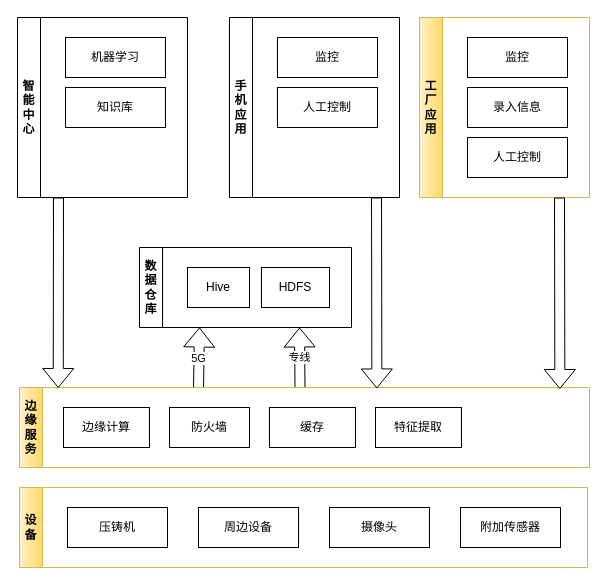
Before: cast.drawio in yinrong/store-draw, a draw.io diagram. Source tidied: cells renumbered, new cells numbered last; positions are measured from the earlier drawing's top-left corner, leaving out a move shared by most shapes. Both pictures are drawn from the tidied source at 100%, with x=0, y=0 at pixel (17, 17).
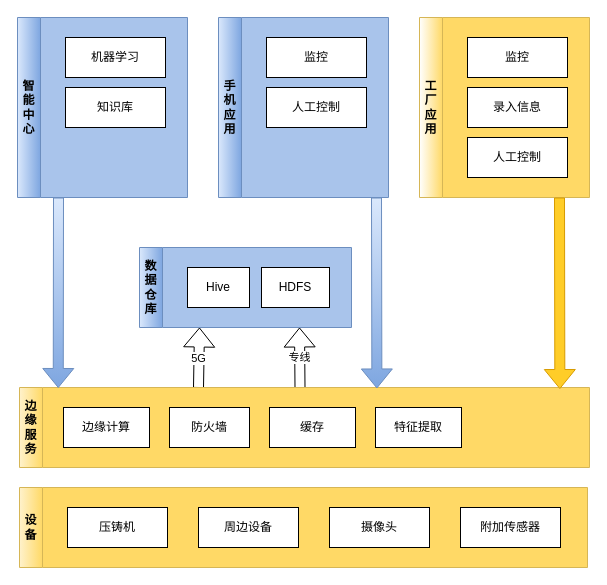
The same diagram, later.

Diff of the diagram source:
```diff
@@
-    <mxCell id="2" value="设备" style="swimlane;html=0;direction=north;whiteSpace=wrap;swimlaneFillColor=default;fillColor=#fff2cc;strokeColor=#d6b656;gradientColor=#ffd966;" parent="1" vertex="1">
+    <mxCell id="2" value="设备" style="swimlane;html=0;direction=north;whiteSpace=wrap;swimlaneFillColor=#FFD966;fillColor=#fff2cc;strokeColor=#d6b656;gradientColor=#ffd966;" parent="1" vertex="1">
       <mxGeometry x="2" y="470" width="568" height="80" as="geometry" />
     </mxCell>
@@
-    <mxCell id="7" value="数据仓库" style="swimlane;html=0;direction=north;whiteSpace=wrap;" parent="1" vertex="1">
+    <mxCell id="7" value="数据仓库" style="swimlane;html=0;direction=north;whiteSpace=wrap;fillColor=#dae8fc;gradientColor=#7ea6e0;strokeColor=#6c8ebf;swimlaneFillColor=#A9C4EB;" parent="1" vertex="1">
       <mxGeometry x="122" y="230" width="212" height="80" as="geometry" />
     </mxCell>
@@
-    <mxCell id="10" value="工厂应用" style="swimlane;html=0;direction=north;whiteSpace=wrap;swimlaneFillColor=default;fillColor=#fff2cc;strokeColor=#d6b656;gradientColor=#ffd966;" parent="1" vertex="1">
+    <mxCell id="10" value="工厂应用" style="swimlane;html=0;direction=north;whiteSpace=wrap;swimlaneFillColor=#FFD966;fillColor=default;strokeColor=#d6b656;gradientColor=#ffd966;" parent="1" vertex="1">
       <mxGeometry x="402" width="170" height="180" as="geometry" />
     </mxCell>
@@
-    <mxCell id="14" value="手机应用" style="swimlane;html=0;direction=north;whiteSpace=wrap;" parent="1" vertex="1">
-      <mxGeometry x="212" width="170" height="180" as="geometry" />
+    <mxCell id="14" value="手机应用" style="swimlane;html=0;direction=north;whiteSpace=wrap;fillColor=#dae8fc;gradientColor=#7ea6e0;strokeColor=#6c8ebf;swimlaneFillColor=#A9C4EB;" parent="1" vertex="1">
+      <mxGeometry x="201" width="170" height="180" as="geometry" />
     </mxCell>
@@
-    <mxCell id="17" value="智能中心" style="swimlane;html=0;direction=north;whiteSpace=wrap;" parent="1" vertex="1">
+    <mxCell id="17" value="智能中心" style="swimlane;html=0;direction=north;whiteSpace=wrap;fillColor=#dae8fc;gradientColor=#7ea6e0;strokeColor=#6c8ebf;swimlaneFillColor=#A9C4EB;" parent="1" vertex="1">
       <mxGeometry width="170" height="180" as="geometry" />
     </mxCell>
@@
-    <mxCell id="22" value="边缘服务" style="swimlane;html=0;direction=north;whiteSpace=wrap;swimlaneFillColor=default;fillColor=#fff2cc;strokeColor=#d6b656;gradientColor=#ffd966;" parent="1" vertex="1">
+    <mxCell id="22" value="边缘服务" style="swimlane;html=0;direction=north;whiteSpace=wrap;swimlaneFillColor=#FFD966;fillColor=#fff2cc;strokeColor=#d6b656;gradientColor=#ffd966;" parent="1" vertex="1">
       <mxGeometry x="2" y="370" width="570" height="80" as="geometry" />
     </mxCell>
@@
-    <mxCell id="27" style="shape=flexArrow;endArrow=classic;html=1;rounded=0;entryX=0.981;entryY=0.948;entryDx=0;entryDy=0;entryPerimeter=0;" parent="1" edge="1" target="22">
+    <mxCell id="27" style="shape=flexArrow;endArrow=classic;html=1;rounded=0;entryX=0.981;entryY=0.948;entryDx=0;entryDy=0;entryPerimeter=0;fillColor=#ffcd28;strokeColor=#d79b00;gradientColor=none;" parent="1" edge="1" target="22">
       <mxGeometry relative="1" as="geometry">
         <mxPoint x="542" y="180" as="sourcePoint" />
       </mxGeometry>
     </mxCell>
-    <mxCell id="28" style="shape=flexArrow;endArrow=classic;html=1;rounded=0;entryX=0.988;entryY=0.627;entryDx=0;entryDy=0;entryPerimeter=0;" parent="1" edge="1" target="22">
+    <mxCell id="28" style="shape=flexArrow;endArrow=classic;html=1;rounded=0;entryX=0.988;entryY=0.627;entryDx=0;entryDy=0;entryPerimeter=0;fillColor=#dae8fc;gradientColor=#7ea6e0;strokeColor=#6c8ebf;" parent="1" edge="1" target="22">
       <mxGeometry relative="1" as="geometry">
         <mxPoint x="359" y="180" as="sourcePoint" />
       </mxGeometry>
     </mxCell>
-    <mxCell id="29" style="shape=flexArrow;endArrow=classic;html=1;rounded=0;entryX=0.994;entryY=0.068;entryDx=0;entryDy=0;entryPerimeter=0;" parent="1" edge="1" target="22">
+    <mxCell id="29" style="shape=flexArrow;endArrow=classic;html=1;rounded=0;entryX=0.994;entryY=0.068;entryDx=0;entryDy=0;entryPerimeter=0;fillColor=#dae8fc;gradientColor=#7ea6e0;strokeColor=#6c8ebf;" parent="1" edge="1" target="22">
       <mxGeometry relative="1" as="geometry">
         <mxPoint x="41" y="180" as="sourcePoint" />
       </mxGeometry>
     </mxCell>
```
